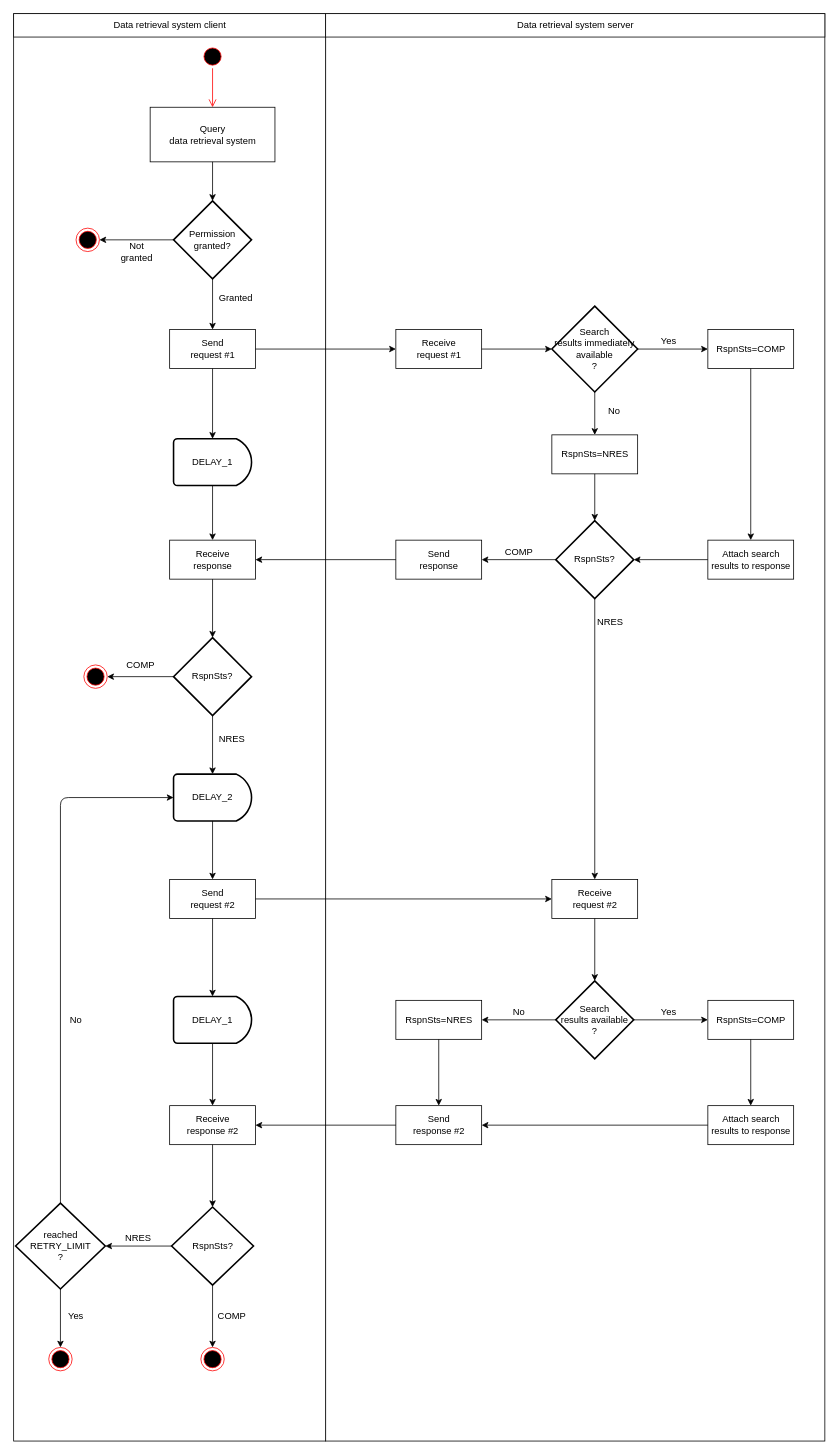
The draw.io diagram diagrams/flowchart_query.drawio in FinnishCustoms-SuomenTulli/account-register-information-query, before the edit. Source tidied: cells renumbered, new cells numbered last; positions are measured from the earlier drawing's top-left corner, leaving out a move shared by most shapes. Both pictures are drawn from the tidied source at 78%, with x=0, y=0 at pixel (13, 13).
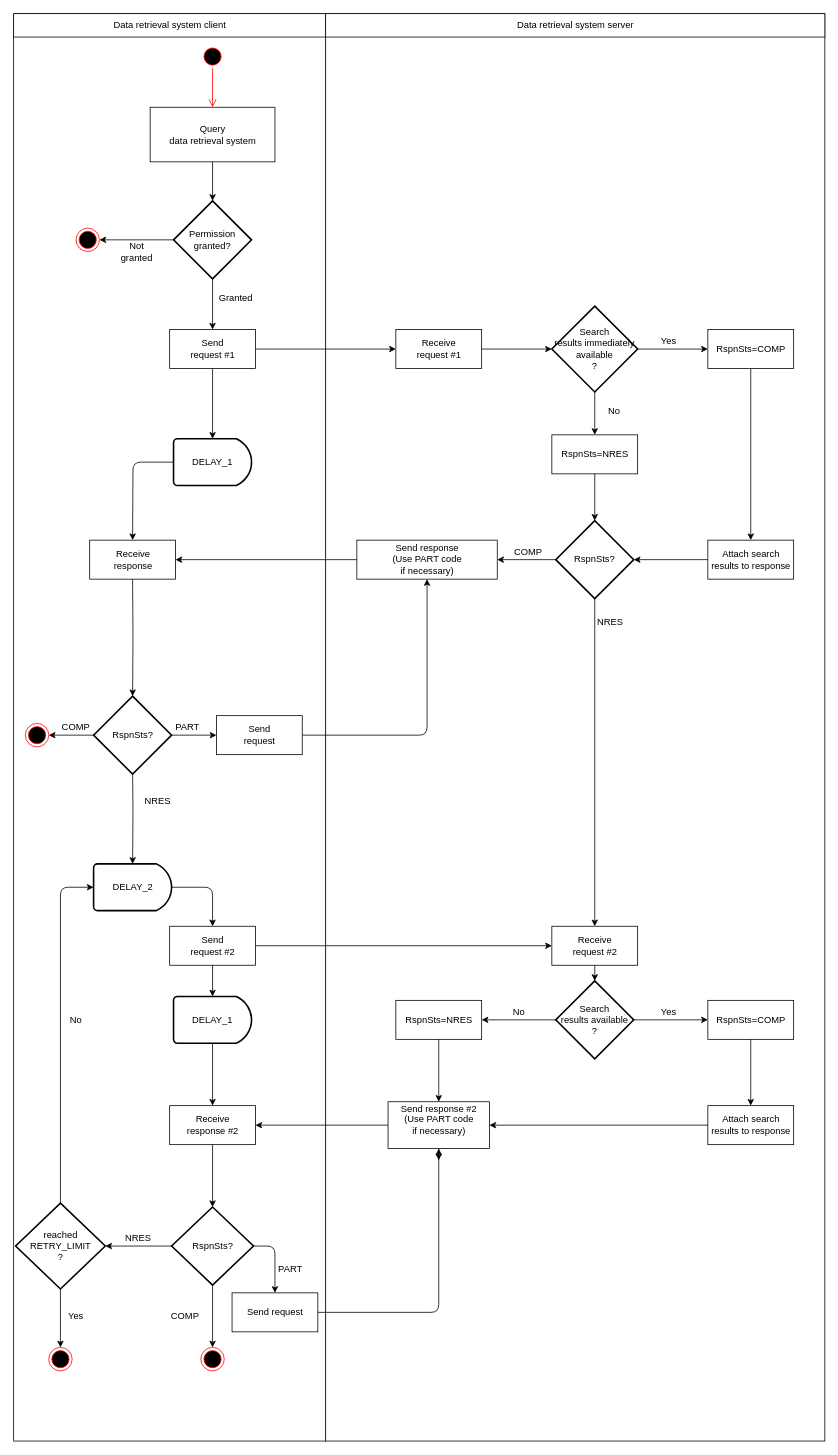
The same page after the edit.

Commit message (it also covers changes not shown here):
TR-536 PART code usage added

Unchanged cells that the change refers to:
```xml
<mxCell id="30" value="DELAY_1 " style="strokeWidth=2;html=1;shape=mxgraph.flowchart.delay;whiteSpace=wrap;" parent="1" vertex="1">
  <mxGeometry x="205" y="545" width="100" height="60" as="geometry" />
</mxCell>
<mxCell id="70" value="&lt;div&gt;reached&lt;/div&gt;&lt;div&gt;RETRY_LIMIT&lt;br&gt;&lt;/div&gt;?" style="strokeWidth=2;html=1;shape=mxgraph.flowchart.decision;whiteSpace=wrap;" parent="1" vertex="1">
  <mxGeometry x="2.5" y="1525" width="115" height="110" as="geometry" />
</mxCell>
<mxCell id="71" value="RspnSts?" style="strokeWidth=2;html=1;shape=mxgraph.flowchart.decision;whiteSpace=wrap;" parent="1" vertex="1">
  <mxGeometry x="202.5" y="1530" width="105" height="100" as="geometry" />
</mxCell>
```

Diff of the diagram source:
```diff
@@
-    <mxCell id="26" value="&lt;div&gt;Send &lt;br&gt;&lt;/div&gt;&lt;div&gt;response&lt;br&gt;&lt;/div&gt;" style="html=1;" parent="1" vertex="1">
-      <mxGeometry x="490" y="675" width="110" height="50" as="geometry" />
+    <mxCell id="26" value="&lt;div&gt;Send response&lt;/div&gt;&lt;div&gt;(Use PART code&lt;/div&gt;&lt;div&gt;if necessary)&lt;br&gt;&lt;/div&gt;" style="html=1;" parent="1" vertex="1">
+      <mxGeometry x="440" y="675" width="180" height="50" as="geometry" />
     </mxCell>
@@
     <mxCell id="32" value="&lt;div&gt;Receive &lt;br&gt;&lt;/div&gt;&lt;div&gt;response&lt;br&gt;&lt;/div&gt;" style="html=1;" parent="1" vertex="1">
-      <mxGeometry x="200" y="675" width="110" height="50" as="geometry" />
+      <mxGeometry x="97.5" y="675" width="110" height="50" as="geometry" />
     </mxCell>
-    <mxCell id="33" style="endArrow=classic;html=1;exitX=0.5;exitY=1;exitDx=0;exitDy=0;exitPerimeter=0;entryX=0.5;entryY=0;entryDx=0;entryDy=0;" parent="1" edge="1" source="30" target="32">
-      <mxGeometry relative="1" as="geometry" />
+    <mxCell id="33" style="endArrow=classic;html=1;exitX=0;exitY=0.5;exitDx=0;exitDy=0;exitPerimeter=0;entryX=0.5;entryY=0;entryDx=0;entryDy=0;" parent="1" edge="1" source="30" target="32">
+      <mxGeometry relative="1" as="geometry">
+        <Array as="points">
+          <mxPoint x="153" y="575" />
+        </Array>
+      </mxGeometry>
     </mxCell>
@@
     <mxCell id="38" value="COMP" style="text;html=1;strokeColor=none;fillColor=none;align=center;verticalAlign=middle;whiteSpace=wrap;rounded=0;" parent="1" vertex="1">
-      <mxGeometry x="628" y="680" width="40" height="20" as="geometry" />
+      <mxGeometry x="640" y="680" width="40" height="20" as="geometry" />
     </mxCell>
@@
     <mxCell id="43" value="RspnSts?" style="strokeWidth=2;html=1;shape=mxgraph.flowchart.decision;whiteSpace=wrap;" parent="1" vertex="1">
-      <mxGeometry x="205" y="800" width="100" height="100" as="geometry" />
+      <mxGeometry x="102.5" y="875" width="100" height="100" as="geometry" />
     </mxCell>
     <mxCell id="44" style="endArrow=classic;html=1;exitX=0.5;exitY=1;exitDx=0;exitDy=0;entryX=0.5;entryY=0;entryDx=0;entryDy=0;entryPerimeter=0;" parent="1" edge="1" source="32" target="43">
-      <mxGeometry relative="1" as="geometry" />
+      <mxGeometry relative="1" as="geometry">
+        <Array as="points">
+          <mxPoint x="153" y="800" />
+        </Array>
+      </mxGeometry>
     </mxCell>
     <mxCell id="45" style="ellipse;html=1;shape=endState;fillColor=#000000;strokeColor=#ff0000;" parent="1" vertex="1">
-      <mxGeometry x="90" y="835" width="30" height="30" as="geometry" />
+      <mxGeometry x="15" y="910" width="30" height="30" as="geometry" />
     </mxCell>
@@
     <mxCell id="47" value="COMP" style="text;html=1;strokeColor=none;fillColor=none;align=center;verticalAlign=middle;whiteSpace=wrap;rounded=0;" parent="1" vertex="1">
-      <mxGeometry x="143" y="825" width="40" height="20" as="geometry" />
+      <mxGeometry x="60" y="905" width="40" height="20" as="geometry" />
     </mxCell>
     <mxCell id="48" value="DELAY_2" style="strokeWidth=2;html=1;shape=mxgraph.flowchart.delay;whiteSpace=wrap;" parent="1" vertex="1">
-      <mxGeometry x="205" y="975" width="100" height="60" as="geometry" />
+      <mxGeometry x="102.5" y="1090" width="100" height="60" as="geometry" />
     </mxCell>
     <mxCell id="49" style="endArrow=classic;html=1;exitX=0.5;exitY=1;exitDx=0;exitDy=0;exitPerimeter=0;entryX=0.5;entryY=0;entryDx=0;entryDy=0;entryPerimeter=0;" parent="1" edge="1" source="43" target="48">
-      <mxGeometry relative="1" as="geometry" />
+      <mxGeometry relative="1" as="geometry">
+        <Array as="points">
+          <mxPoint x="153" y="1020" />
+        </Array>
+      </mxGeometry>
     </mxCell>
     <mxCell id="50" value="NRES" style="text;html=1;strokeColor=none;fillColor=none;align=center;verticalAlign=middle;whiteSpace=wrap;rounded=0;" parent="1" vertex="1">
-      <mxGeometry x="260" y="920" width="40" height="20" as="geometry" />
+      <mxGeometry x="165" y="1000" width="40" height="20" as="geometry" />
     </mxCell>
     <mxCell id="51" value="&lt;div&gt;Send &lt;br&gt;&lt;/div&gt;&lt;div&gt;request #2&lt;/div&gt;" style="html=1;" parent="1" vertex="1">
-      <mxGeometry x="200" y="1110" width="110" height="50" as="geometry" />
+      <mxGeometry x="200" y="1170" width="110" height="50" as="geometry" />
     </mxCell>
-    <mxCell id="52" style="endArrow=classic;html=1;exitX=0.5;exitY=1;exitDx=0;exitDy=0;exitPerimeter=0;entryX=0.5;entryY=0;entryDx=0;entryDy=0;" parent="1" edge="1" source="48" target="51">
-      <mxGeometry relative="1" as="geometry" />
+    <mxCell id="52" style="endArrow=classic;html=1;exitX=1;exitY=0.5;exitDx=0;exitDy=0;exitPerimeter=0;entryX=0.5;entryY=0;entryDx=0;entryDy=0;" parent="1" edge="1" source="48" target="51">
+      <mxGeometry relative="1" as="geometry">
+        <Array as="points">
+          <mxPoint x="255" y="1120" />
+        </Array>
+      </mxGeometry>
     </mxCell>
     <mxCell id="53" value="&lt;div&gt;Receive &lt;br&gt;&lt;/div&gt;&lt;div&gt;request #2&lt;/div&gt;" style="html=1;" parent="1" vertex="1">
-      <mxGeometry x="690" y="1110" width="110" height="50" as="geometry" />
+      <mxGeometry x="690" y="1170" width="110" height="50" as="geometry" />
     </mxCell>
@@
+    <mxCell id="85" style="edgeStyle=orthogonalEdgeStyle;rounded=0;jettySize=auto;html=1;exitX=0.5;exitY=1;exitDx=0;exitDy=0;" parent="1" edge="1" source="56">
+      <mxGeometry relative="1" as="geometry">
+        <mxPoint x="545" y="1470" as="targetPoint" />
+      </mxGeometry>
+    </mxCell>
-    <mxCell id="56" value="&lt;div&gt;Send &lt;br&gt;&lt;/div&gt;&lt;div&gt;response #2&lt;/div&gt;" style="html=1;" parent="1" vertex="1">
-      <mxGeometry x="490" y="1400" width="110" height="50" as="geometry" />
+    <mxCell id="56" value="&lt;div&gt;Send response #2&lt;/div&gt;&lt;div&gt;(Use PART code&lt;/div&gt;&lt;div&gt;if necessary)&lt;br&gt;&lt;/div&gt;&lt;div&gt;&lt;br&gt;&lt;/div&gt;" style="html=1;" parent="1" vertex="1">
+      <mxGeometry x="480" y="1395" width="130" height="60" as="geometry" />
     </mxCell>
@@
     <mxCell id="79" value="COMP" style="text;html=1;strokeColor=none;fillColor=none;align=center;verticalAlign=middle;whiteSpace=wrap;rounded=0;" parent="1" vertex="1">
-      <mxGeometry x="260" y="1660" width="40" height="20" as="geometry" />
+      <mxGeometry x="200" y="1660" width="40" height="20" as="geometry" />
     </mxCell>
     <mxCell id="80" style="endArrow=classic;html=1;exitX=0.5;exitY=0;exitDx=0;exitDy=0;exitPerimeter=0;entryX=0;entryY=0.5;entryDx=0;entryDy=0;entryPerimeter=0;" parent="1" edge="1" source="70" target="48">
       <mxGeometry relative="1" as="geometry">
         <Array as="points">
-          <mxPoint x="60" y="1005" />
+          <mxPoint x="60" y="1120" />
         </Array>
       </mxGeometry>
     </mxCell>
@@
+    <mxCell id="86" style="endArrow=classic;html=1;exitX=1;exitY=0.5;exitDx=0;exitDy=0;exitPerimeter=0;entryX=0;entryY=0.5;entryDx=0;entryDy=0;" parent="1" edge="1" source="43">
+      <mxGeometry relative="1" as="geometry">
+        <mxPoint x="260" y="925" as="targetPoint" />
+      </mxGeometry>
+    </mxCell>
+    <mxCell id="87" value="PART" style="text;html=1;strokeColor=none;fillColor=none;align=center;verticalAlign=middle;whiteSpace=wrap;rounded=0;" parent="1" vertex="1">
+      <mxGeometry x="202.5" y="905" width="40" height="20" as="geometry" />
+    </mxCell>
+    <mxCell id="88" style="endArrow=classic;html=1;exitX=1;exitY=0.5;exitDx=0;exitDy=0;entryX=0.5;entryY=1;entryDx=0;entryDy=0;" parent="1" edge="1" source="89" target="26">
+      <mxGeometry relative="1" as="geometry">
+        <Array as="points">
+          <mxPoint x="530" y="925" />
+        </Array>
+      </mxGeometry>
+    </mxCell>
+    <mxCell id="89" value="&lt;div&gt;Send &lt;br&gt;&lt;/div&gt;&lt;div&gt;request&lt;br&gt;&lt;/div&gt;" style="html=1;" parent="1" vertex="1">
+      <mxGeometry x="260" y="900" width="110" height="50" as="geometry" />
+    </mxCell>
+    <mxCell id="90" value="Send request" style="html=1;" parent="1" vertex="1">
+      <mxGeometry x="280" y="1640" width="110" height="50" as="geometry" />
+    </mxCell>
+    <mxCell id="91" style="endArrow=classic;html=1;exitX=1;exitY=0.5;exitDx=0;exitDy=0;exitPerimeter=0;entryX=0.5;entryY=0;entryDx=0;entryDy=0;" parent="1" edge="1" source="71" target="90">
+      <mxGeometry relative="1" as="geometry">
+        <Array as="points">
+          <mxPoint x="335" y="1580" />
+        </Array>
+      </mxGeometry>
+    </mxCell>
+    <mxCell id="92" value="PART" style="text;html=1;strokeColor=none;fillColor=none;align=center;verticalAlign=middle;whiteSpace=wrap;rounded=0;" parent="1" vertex="1">
+      <mxGeometry x="335" y="1600" width="40" height="20" as="geometry" />
+    </mxCell>
+    <mxCell id="93" style="endArrow=classic;html=1;exitX=1;exitY=0.5;exitDx=0;exitDy=0;entryX=0.5;entryY=1;entryDx=0;entryDy=0;" parent="1" edge="1" source="90" target="56">
+      <mxGeometry relative="1" as="geometry">
+        <Array as="points">
+          <mxPoint x="545" y="1665" />
+        </Array>
+      </mxGeometry>
+    </mxCell>
```
